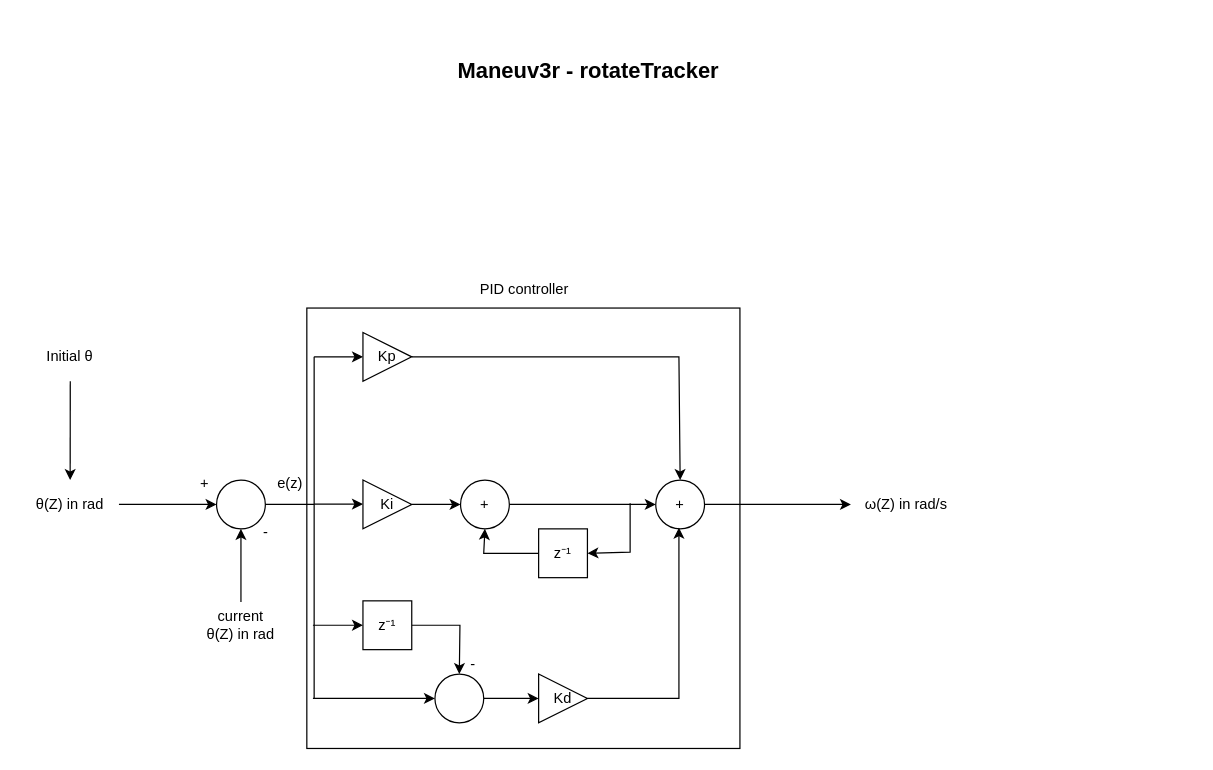
This is page "Maneuv3r_rotateTracker" (4 of 6) of Documents/iRob_maneuv3r.drawio from E12-CO/iRob-bot, a draw.io file, before an edit. Source tidied: cells renumbered, new cells numbered last; positions are measured from the earlier drawing's top-left corner, leaving out a move shared by most shapes. Both pictures are drawn from the tidied source at 122%, with x=0, y=0 at pixel (21, 52).
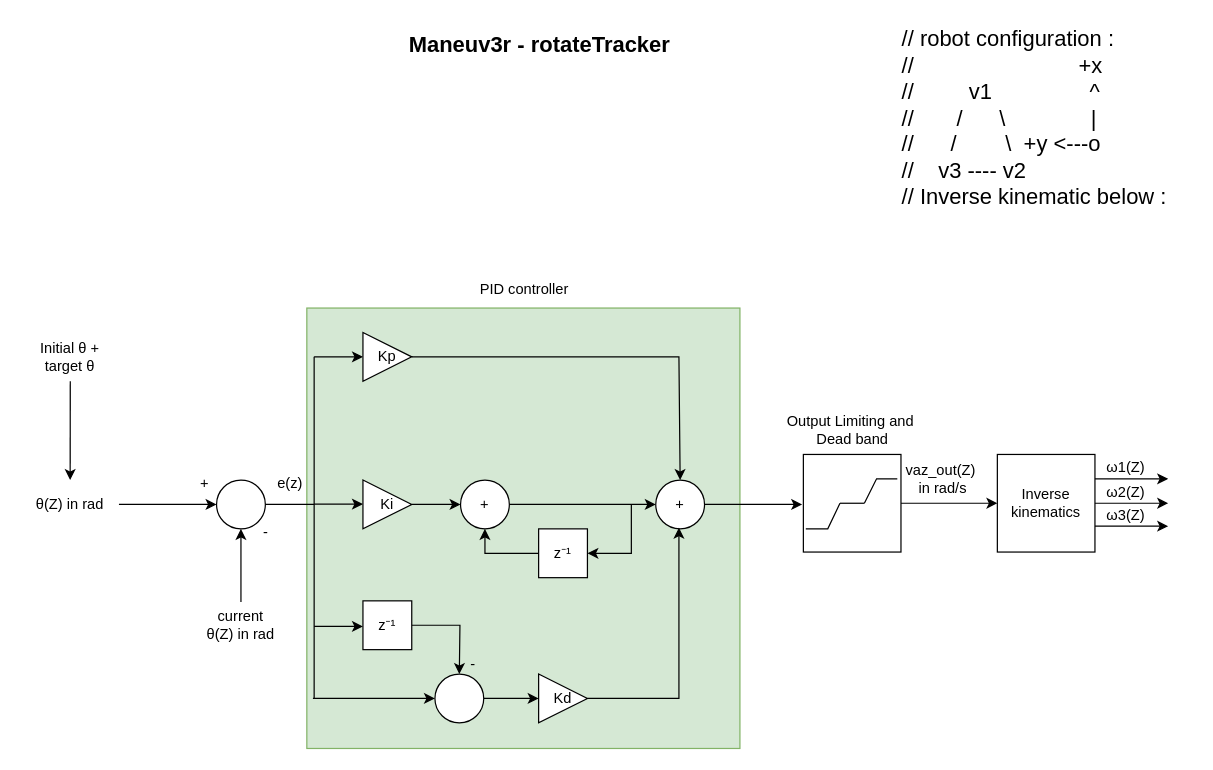
After the change.

Unchanged cells that the change refers to:
```xml
<mxCell id="16" value="+" style="ellipse;whiteSpace=wrap;html=1;" parent="1" vertex="1">
  <mxGeometry x="360" y="350" width="40" height="40" as="geometry" />
</mxCell>
<mxCell id="17" value="+" style="ellipse;whiteSpace=wrap;html=1;" parent="1" vertex="1">
  <mxGeometry x="520" y="350" width="40" height="40" as="geometry" />
</mxCell>
<mxCell id="20" value="z⁻¹" style="rounded=0;whiteSpace=wrap;html=1;" parent="1" vertex="1">
  <mxGeometry x="424" y="390" width="40" height="40" as="geometry" />
</mxCell>
<mxCell id="26" value="z⁻¹" style="rounded=0;whiteSpace=wrap;html=1;" parent="1" vertex="1">
  <mxGeometry x="280" y="449" width="40" height="40" as="geometry" />
</mxCell>
```

The edit, as a diff of the source:
```diff
@@
-    <mxCell id="2" style="rounded=0;whiteSpace=wrap;html=1;fillColor=none;" parent="1" vertex="1">
+    <mxCell id="2" style="rounded=0;whiteSpace=wrap;html=1;fillColor=#d5e8d4;strokeColor=#82b366;" parent="1" vertex="1">
       <mxGeometry x="234" y="209" width="355" height="361" as="geometry" />
     </mxCell>
     <mxCell id="3" value="&lt;b&gt;&lt;font style=&quot;font-size: 18px;&quot;&gt;Maneuv3r - rotateTracker&lt;/font&gt;&lt;/b&gt;" style="text;html=1;align=center;verticalAlign=middle;whiteSpace=wrap;rounded=0;" parent="1" vertex="1">
-      <mxGeometry x="235" width="460" height="30" as="geometry" />
+      <mxGeometry x="195" y="-21" width="460" height="30" as="geometry" />
     </mxCell>
@@
     <mxCell id="21" style="endArrow=classic;html=1;rounded=0;entryX=0.5;entryY=1;entryDx=0;entryDy=0;exitX=0;exitY=0.5;exitDx=0;exitDy=0;" parent="1" edge="1" source="20" target="16">
       <mxGeometry relative="1" as="geometry">
         <Array as="points">
-          <mxPoint x="379" y="410" />
+          <mxPoint x="380" y="410" />
         </Array>
       </mxGeometry>
     </mxCell>
     <mxCell id="22" style="endArrow=classic;html=1;rounded=0;entryX=1;entryY=0.5;entryDx=0;entryDy=0;" parent="1" edge="1" target="20">
       <mxGeometry relative="1" as="geometry">
-        <mxPoint x="499" y="369" as="sourcePoint" />
+        <mxPoint x="500" y="370" as="sourcePoint" />
         <Array as="points">
-          <mxPoint x="499" y="409" />
+          <mxPoint x="500" y="410" />
         </Array>
       </mxGeometry>
     </mxCell>
@@
-    <mxCell id="30" style="endArrow=classic;html=1;rounded=0;entryX=0;entryY=0.5;entryDx=0;entryDy=0;" parent="1" edge="1" target="26">
+    <mxCell id="30" style="endArrow=classic;html=1;rounded=0;" parent="1" edge="1">
       <mxGeometry relative="1" as="geometry">
-        <mxPoint x="239" y="469" as="sourcePoint" />
+        <mxPoint x="240" y="470" as="sourcePoint" />
+        <mxPoint x="280" y="470" as="targetPoint" />
       </mxGeometry>
     </mxCell>
@@
     <mxCell id="34" style="endArrow=classic;html=1;rounded=0;exitX=1;exitY=0.5;exitDx=0;exitDy=0;" parent="1" edge="1" source="17">
       <mxGeometry relative="1" as="geometry">
-        <mxPoint x="680" y="370" as="targetPoint" />
+        <mxPoint x="640" y="370" as="targetPoint" />
       </mxGeometry>
     </mxCell>
-    <mxCell id="35" value="&lt;span style=&quot;text-wrap: wrap;&quot;&gt;ω(Z)&lt;/span&gt;&amp;nbsp;in rad/s" style="text;html=1;align=center;verticalAlign=middle;strokeColor=none;fillColor=none;" parent="1" vertex="1">
-      <mxGeometry x="680" y="355" width="90" height="30" as="geometry" />
+    <mxCell id="35" value="&lt;span style=&quot;text-wrap: wrap;&quot;&gt;vaz_out(Z)&lt;/span&gt;&amp;nbsp;&lt;div&gt;in rad/s&lt;/div&gt;" style="text;html=1;align=center;verticalAlign=middle;strokeColor=none;fillColor=none;" parent="1" vertex="1">
+      <mxGeometry x="715" y="329" width="80" height="40" as="geometry" />
     </mxCell>
@@
-    <mxCell id="39" value="Initial θ" style="text;html=1;align=center;verticalAlign=middle;whiteSpace=wrap;rounded=0;" parent="1" vertex="1">
+    <mxCell id="39" value="Initial θ + target θ" style="text;html=1;align=center;verticalAlign=middle;whiteSpace=wrap;rounded=0;" parent="1" vertex="1">
       <mxGeometry y="229" width="80" height="40" as="geometry" />
     </mxCell>
+    <mxCell id="40" style="whiteSpace=wrap;html=1;" parent="1" vertex="1">
+      <mxGeometry x="641" y="329" width="80" height="80" as="geometry" />
+    </mxCell>
+    <mxCell id="41" value="Output&amp;nbsp;&lt;span style=&quot;background-color: initial;&quot;&gt;Limiting and&amp;nbsp;&lt;/span&gt;&lt;div&gt;Dead band&lt;/div&gt;" style="text;html=1;align=center;verticalAlign=middle;strokeColor=none;fillColor=none;" parent="1" vertex="1">
+      <mxGeometry x="616" y="289" width="130" height="40" as="geometry" />
+    </mxCell>
+    <mxCell id="42" style="endArrow=none;html=1;rounded=0;" parent="1" edge="1">
+      <mxGeometry relative="1" as="geometry">
+        <mxPoint x="671" y="369" as="sourcePoint" />
+        <mxPoint x="691" y="369" as="targetPoint" />
+      </mxGeometry>
+    </mxCell>
+    <mxCell id="43" style="endArrow=none;html=1;rounded=0;" parent="1" edge="1">
+      <mxGeometry relative="1" as="geometry">
+        <mxPoint x="691" y="369" as="sourcePoint" />
+        <mxPoint x="718" y="349" as="targetPoint" />
+        <Array as="points">
+          <mxPoint x="701" y="349" />
+        </Array>
+      </mxGeometry>
+    </mxCell>
+    <mxCell id="44" style="endArrow=none;html=1;rounded=0;" parent="1" edge="1">
+      <mxGeometry relative="1" as="geometry">
+        <mxPoint x="643" y="390" as="sourcePoint" />
+        <mxPoint x="671" y="369" as="targetPoint" />
+        <Array as="points">
+          <mxPoint x="661" y="390" />
+        </Array>
+      </mxGeometry>
+    </mxCell>
+    <mxCell id="45" style="endArrow=classic;html=1;rounded=0;exitX=1;exitY=0.5;exitDx=0;exitDy=0;" parent="1" edge="1" source="40">
+      <mxGeometry relative="1" as="geometry">
+        <mxPoint x="800" y="369" as="targetPoint" />
+      </mxGeometry>
+    </mxCell>
+    <mxCell id="46" value="Inverse&lt;div&gt;kinematics&lt;/div&gt;" style="whiteSpace=wrap;html=1;" parent="1" vertex="1">
+      <mxGeometry x="800" y="329" width="80" height="80" as="geometry" />
+    </mxCell>
+    <mxCell id="47" style="endArrow=classic;html=1;rounded=0;exitX=1;exitY=0.25;exitDx=0;exitDy=0;" parent="1" edge="1" source="46">
+      <mxGeometry relative="1" as="geometry">
+        <mxPoint x="940" y="349" as="targetPoint" />
+      </mxGeometry>
+    </mxCell>
+    <mxCell id="48" style="endArrow=classic;html=1;rounded=0;exitX=1;exitY=0.25;exitDx=0;exitDy=0;" parent="1" edge="1">
+      <mxGeometry relative="1" as="geometry">
+        <mxPoint x="880" y="369" as="sourcePoint" />
+        <mxPoint x="940" y="369" as="targetPoint" />
+      </mxGeometry>
+    </mxCell>
+    <mxCell id="49" style="endArrow=classic;html=1;rounded=0;exitX=1;exitY=0.25;exitDx=0;exitDy=0;" parent="1" edge="1">
+      <mxGeometry relative="1" as="geometry">
+        <mxPoint x="880" y="387.8" as="sourcePoint" />
+        <mxPoint x="940" y="387.8" as="targetPoint" />
+      </mxGeometry>
+    </mxCell>
+    <mxCell id="50" value="&lt;span style=&quot;text-wrap: wrap;&quot;&gt;ω1(Z)&lt;/span&gt;" style="text;html=1;align=center;verticalAlign=middle;strokeColor=none;fillColor=none;" parent="1" vertex="1">
+      <mxGeometry x="880" y="325" width="50" height="30" as="geometry" />
+    </mxCell>
+    <mxCell id="51" value="&lt;span style=&quot;text-wrap: wrap;&quot;&gt;ω2&lt;/span&gt;&lt;span style=&quot;text-wrap: wrap; background-color: initial;&quot;&gt;(Z)&lt;/span&gt;" style="text;html=1;align=center;verticalAlign=middle;strokeColor=none;fillColor=none;" parent="1" vertex="1">
+      <mxGeometry x="880" y="345" width="50" height="30" as="geometry" />
+    </mxCell>
+    <mxCell id="52" value="&lt;span style=&quot;text-wrap: wrap;&quot;&gt;ω3&lt;/span&gt;&lt;span style=&quot;text-wrap: wrap; background-color: initial;&quot;&gt;(Z)&lt;/span&gt;" style="text;html=1;align=center;verticalAlign=middle;strokeColor=none;fillColor=none;" parent="1" vertex="1">
+      <mxGeometry x="880" y="364" width="50" height="30" as="geometry" />
+    </mxCell>
+    <mxCell id="53" value="&lt;div style=&quot;font-size: 18px;&quot;&gt;&lt;font style=&quot;font-size: 18px;&quot;&gt;// robot configuration :&lt;/font&gt;&lt;/div&gt;&lt;div style=&quot;font-size: 18px;&quot;&gt;&lt;font style=&quot;font-size: 18px;&quot;&gt;//&amp;nbsp; &amp;nbsp; &amp;nbsp; &amp;nbsp; &amp;nbsp; &amp;nbsp; &amp;nbsp; &amp;nbsp; &amp;nbsp; &amp;nbsp; &amp;nbsp; &amp;nbsp; &amp;nbsp; &amp;nbsp;+x&lt;/font&gt;&lt;/div&gt;&lt;div style=&quot;font-size: 18px;&quot;&gt;&lt;font style=&quot;font-size: 18px;&quot;&gt;//&amp;nbsp; &amp;nbsp; &amp;nbsp; &amp;nbsp; &amp;nbsp;v1&amp;nbsp; &amp;nbsp; &amp;nbsp; &amp;nbsp; &amp;nbsp; &amp;nbsp; &amp;nbsp; &amp;nbsp; ^&lt;/font&gt;&lt;/div&gt;&lt;div style=&quot;font-size: 18px;&quot;&gt;&lt;font style=&quot;font-size: 18px;&quot;&gt;//&amp;nbsp; &amp;nbsp; &amp;nbsp; &amp;nbsp;/&amp;nbsp; &amp;nbsp; &amp;nbsp; \&amp;nbsp; &amp;nbsp; &amp;nbsp; &amp;nbsp; &amp;nbsp; &amp;nbsp; &amp;nbsp; |&lt;/font&gt;&lt;/div&gt;&lt;div style=&quot;font-size: 18px;&quot;&gt;&lt;font style=&quot;font-size: 18px;&quot;&gt;//&amp;nbsp; &amp;nbsp; &amp;nbsp; /&amp;nbsp; &amp;nbsp; &amp;nbsp; &amp;nbsp; \&amp;nbsp; +y &amp;lt;---o&lt;/font&gt;&lt;/div&gt;&lt;div style=&quot;font-size: 18px;&quot;&gt;&lt;font style=&quot;font-size: 18px;&quot;&gt;//&amp;nbsp; &amp;nbsp; v3 ---- v2&lt;/font&gt;&lt;/div&gt;&lt;div style=&quot;font-size: 18px;&quot;&gt;&lt;font style=&quot;font-size: 18px;&quot;&gt;// Inverse kinematic below :&lt;/font&gt;&lt;/div&gt;" style="text;html=1;align=left;verticalAlign=middle;strokeColor=none;fillColor=none;" parent="1" vertex="1">
+      <mxGeometry x="720" y="-26" width="240" height="160" as="geometry" />
+    </mxCell>
```
